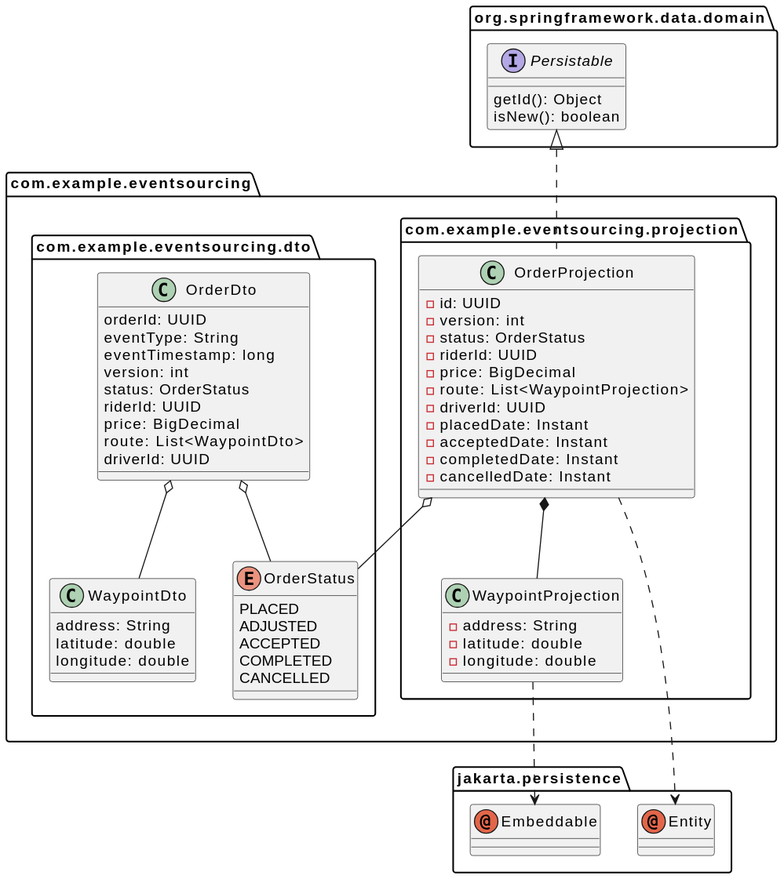
The PlantUML diagram img/class-projection.svg in tonminhce/postgresql-event-sourcing, before a commit. Source of this version:
```plantuml
@startuml
scale max 1024 width
scale max 800 height

set separator none

package jakarta.persistence {

  annotation Entity
  annotation Embeddable
}

package org.springframework.data.domain {

  interface Persistable {
    getId(): Object
  	isNew(): boolean
  }
}

package com.example.eventsourcing {

  package com.example.eventsourcing.projection {

    class OrderProjection {
      -id: UUID
      -version: int
      -status: OrderStatus
      -riderId: UUID
      -price: BigDecimal
      -route: List<WaypointProjection>
      -driverId: UUID
      -placedDate: Instant
      -acceptedDate: Instant
      -completedDate: Instant
      -cancelledDate: Instant
    }

    class WaypointProjection {
      -address: String
      -latitude: double
      -longitude: double
    }
  }

  package com.example.eventsourcing.dto {

    class OrderDto {
      orderId: UUID
      eventType: String
      eventTimestamp: long
      version: int
      status: OrderStatus
      riderId: UUID
      price: BigDecimal
      route: List<WaypointDto>
      driverId: UUID
    }

    class WaypointDto {
      address: String
      latitude: double
      longitude: double
    }

    enum OrderStatus {
      PLACED
      ADJUSTED
      ACCEPTED
      COMPLETED
      CANCELLED
    }
  }
}

Persistable <|.. OrderProjection
OrderProjection *-- WaypointProjection
OrderProjection o-- OrderStatus
OrderProjection ..> Entity
WaypointProjection ..> Embeddable

OrderDto o-- WaypointDto
OrderDto o-- OrderStatus
@enduml
```
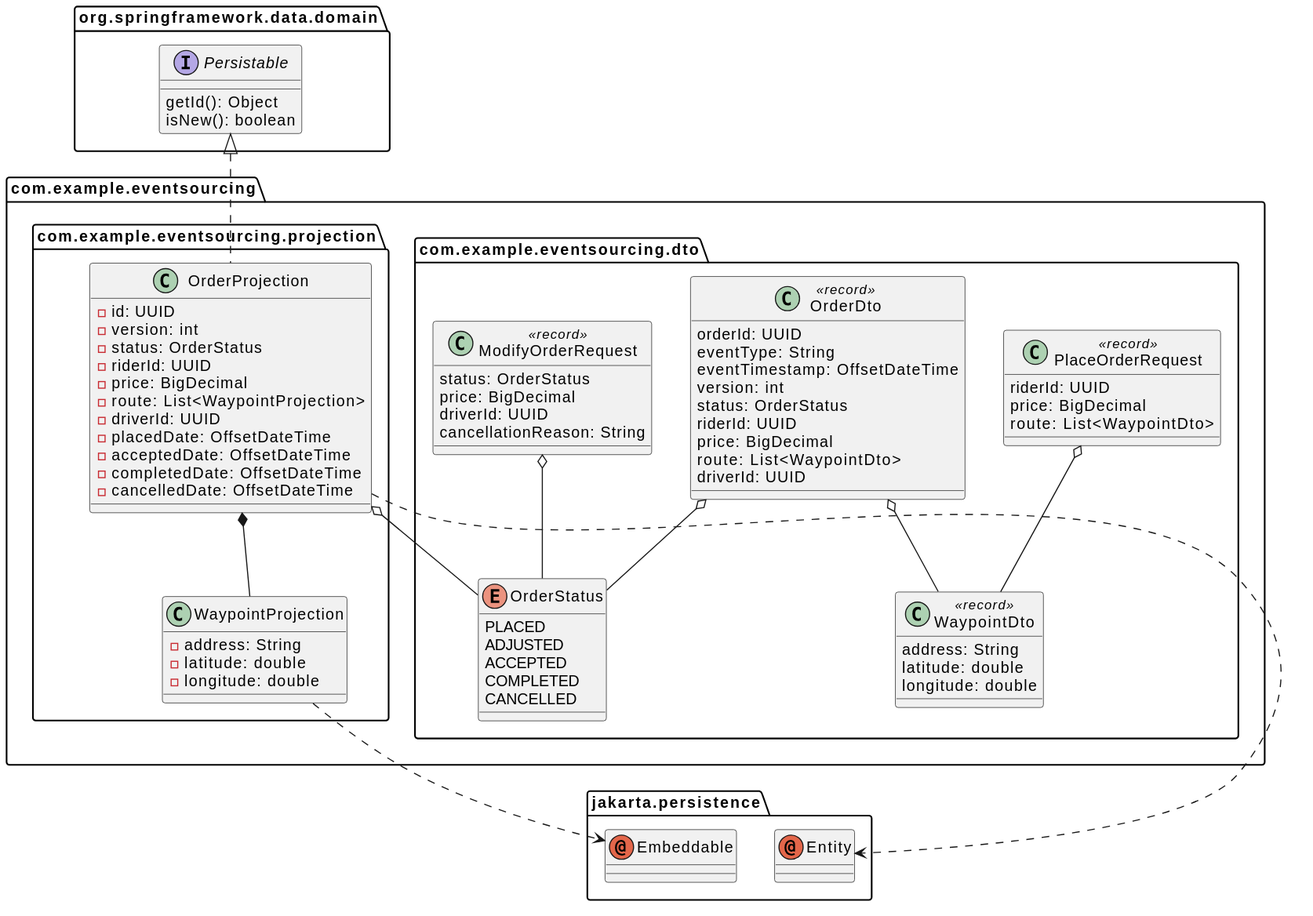
After the commit.

Commit message:
docs(diagrams): update all 3 original class diagrams (domain, projection, service) to reflect new architecture

Diff of the diagram source:
```diff
@@ -1,6 +1,6 @@
 @startuml
 scale max 1024 width
-scale max 800 height
+scale max 900 height
 
 set separator none
 
@@ -14,7 +14,7 @@
 
   interface Persistable {
     getId(): Object
-  	isNew(): boolean
+    isNew(): boolean
   }
 }
 
@@ -30,10 +30,10 @@
       -price: BigDecimal
       -route: List<WaypointProjection>
       -driverId: UUID
-      -placedDate: Instant
-      -acceptedDate: Instant
-      -completedDate: Instant
-      -cancelledDate: Instant
+      -placedDate: OffsetDateTime
+      -acceptedDate: OffsetDateTime
+      -completedDate: OffsetDateTime
+      -cancelledDate: OffsetDateTime
     }
 
     class WaypointProjection {
@@ -45,10 +45,10 @@
 
   package com.example.eventsourcing.dto {
 
-    class OrderDto {
+    class OrderDto << record >> {
       orderId: UUID
       eventType: String
-      eventTimestamp: long
+      eventTimestamp: OffsetDateTime
       version: int
       status: OrderStatus
       riderId: UUID
@@ -57,7 +57,20 @@
       driverId: UUID
     }
 
-    class WaypointDto {
+    class PlaceOrderRequest << record >> {
+      riderId: UUID
+      price: BigDecimal
+      route: List<WaypointDto>
+    }
+
+    class ModifyOrderRequest << record >> {
+      status: OrderStatus
+      price: BigDecimal
+      driverId: UUID
+      cancellationReason: String
+    }
+
+    class WaypointDto << record >> {
       address: String
       latitude: double
       longitude: double
@@ -81,4 +94,7 @@
 
 OrderDto o-- WaypointDto
 OrderDto o-- OrderStatus
+
+PlaceOrderRequest o-- WaypointDto
+ModifyOrderRequest o-- OrderStatus
 @enduml
```
